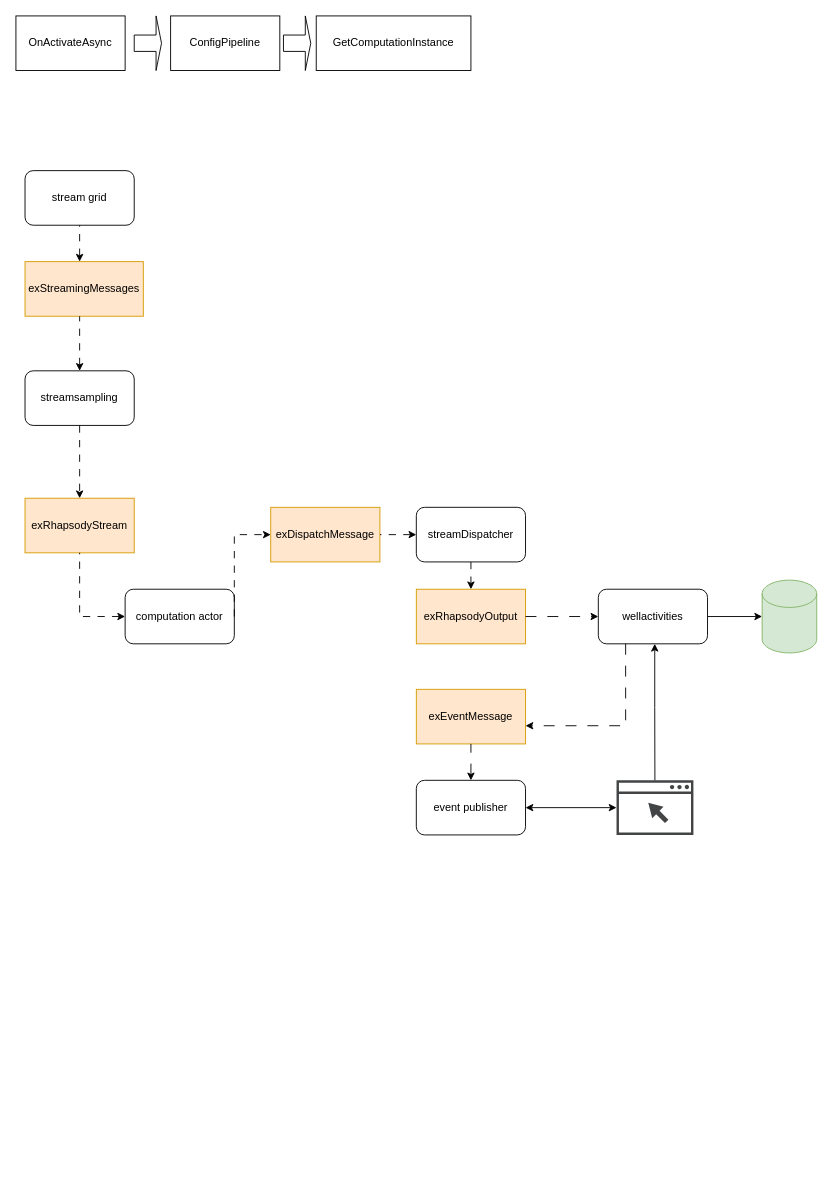
Above: work.drawio in baoqger/drawing.io (draw.io), before the change. Source tidied: cells renumbered, new cells numbered last; positions are measured from the earlier drawing's top-left corner, leaving out a move shared by most shapes. Both pictures are drawn from the tidied source at 91%, with x=0, y=0 at pixel (15, 15).
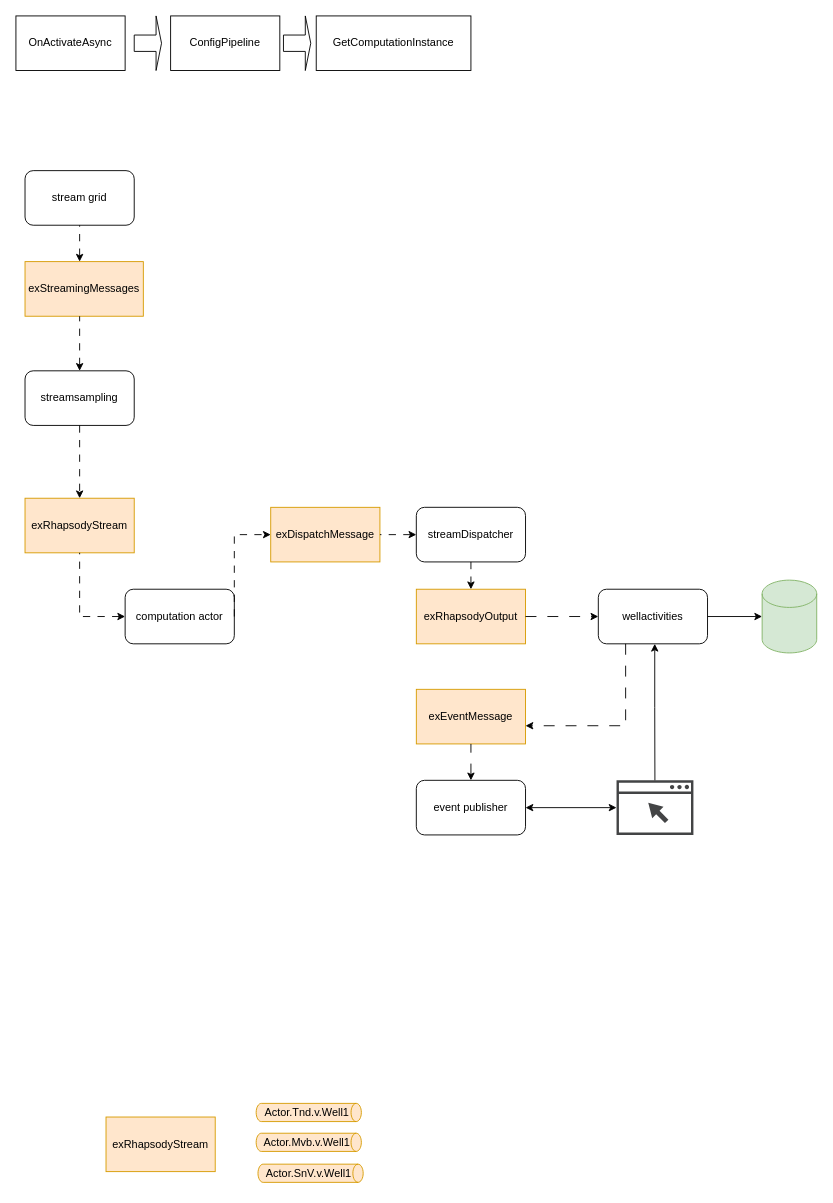
The same diagram, later.

Diff of the diagram source:
```diff
@@
+    <mxCell id="33" value="exRhapsodyStream" style="rounded=0;whiteSpace=wrap;html=1;fillColor=#ffe6cc;strokeColor=#d79b00;" parent="1" vertex="1">
+      <mxGeometry x="99" y="1210" width="120" height="60" as="geometry" />
+    </mxCell>
+    <mxCell id="34" style="shape=cylinder3;whiteSpace=wrap;html=1;boundedLbl=1;backgroundOutline=1;size=5.6666259765625;rotation=90;fillColor=#ffe6cc;strokeColor=#d79b00;" parent="1" vertex="1">
+      <mxGeometry x="311.8" y="1147.2" width="20" height="115.6" as="geometry" />
+    </mxCell>
+    <mxCell id="35" value="Actor.Tnd.v.Well1" style="text;html=1;strokeColor=none;fillColor=none;align=center;verticalAlign=middle;whiteSpace=wrap;rounded=0;" parent="1" vertex="1">
+      <mxGeometry x="289.8" y="1190" width="60" height="30" as="geometry" />
+    </mxCell>
+    <mxCell id="36" style="shape=cylinder3;whiteSpace=wrap;html=1;boundedLbl=1;backgroundOutline=1;size=5.6666259765625;rotation=90;fillColor=#ffe6cc;strokeColor=#d79b00;" parent="1" vertex="1">
+      <mxGeometry x="311.8" y="1180" width="20" height="115.6" as="geometry" />
+    </mxCell>
+    <mxCell id="37" value="Actor.Mvb.v.Well1" style="text;html=1;strokeColor=none;fillColor=none;align=center;verticalAlign=middle;whiteSpace=wrap;rounded=0;" parent="1" vertex="1">
+      <mxGeometry x="289.8" y="1222.8" width="60" height="30" as="geometry" />
+    </mxCell>
+    <mxCell id="38" style="shape=cylinder3;whiteSpace=wrap;html=1;boundedLbl=1;backgroundOutline=1;size=5.6666259765625;rotation=90;fillColor=#ffe6cc;strokeColor=#d79b00;" parent="1" vertex="1">
+      <mxGeometry x="313.8" y="1214" width="20" height="115.6" as="geometry" />
+    </mxCell>
+    <mxCell id="39" value="Actor.SnV.v.Well1" style="text;html=1;strokeColor=none;fillColor=none;align=center;verticalAlign=middle;whiteSpace=wrap;rounded=0;" parent="1" vertex="1">
+      <mxGeometry x="291.8" y="1256.8" width="60" height="30" as="geometry" />
+    </mxCell>
```
